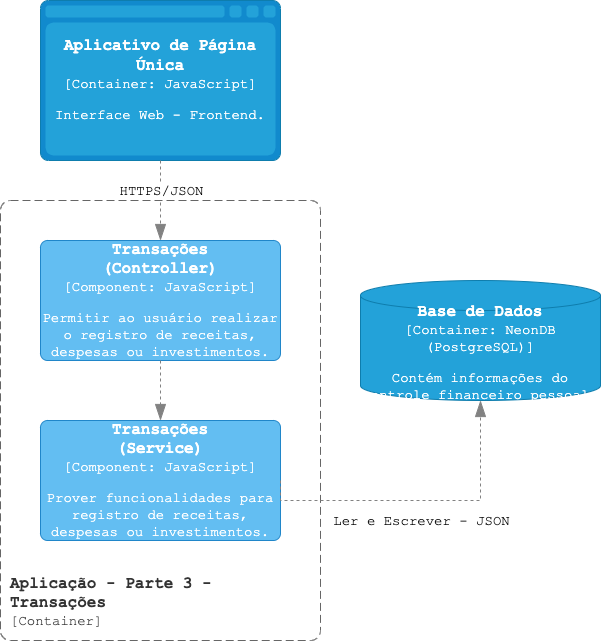
This is docs/C4ComponenteTransacoes.png from GVBP/CatolicaSC-Portfolio, a draw.io export, as it was before one commit. Source tidied: cells renumbered, new cells last; positions are measured from the earlier drawing's top-left corner, leaving out a move shared by most shapes. Source of this version:
```xml
<mxGraphModel>
  <root>
    <mxCell id="0" />
    <mxCell id="1" parent="0" />
    <object id="2" label="&lt;font style=&quot;font-size: 16px; font-family: 'Courier New'&quot;&gt;&lt;b&gt;%c4Name%&lt;/b&gt;&lt;/font&gt;&lt;div&gt;&lt;font style=&quot;font-size: 14px; font-family: 'Courier New'&quot;&gt;[%c4Type%:&amp;nbsp;%c4Technology%]&lt;/font&gt;&lt;/div&gt;&lt;br&gt;&lt;div&gt;&lt;font style=&quot;font-size: 14px; font-family: 'Courier New'&quot;&gt;%c4Description%&lt;/font&gt;&lt;/div&gt;" c4Description="Interface Web - Frontend." c4Name="Aplicativo de Página Única" c4Technology="JavaScript" c4Type="Container" placeholders="1">
      <mxCell style="shape=mxgraph.c4.webBrowserContainer2;whiteSpace=wrap;html=1;boundedLbl=1;rounded=0;labelBackgroundColor=none;strokeColor=#118ACD;fillColor=#23A2D9;strokeColor=#118ACD;strokeColor2=#0E7DAD;fontSize=12;fontColor=#ffffff;align=center;points=[[0.5,0,0],[1,0.25,0],[1,0.5,0],[1,0.75,0],[0.5,1,0],[0,0.75,0],[0,0.5,0],[0,0.25,0]];" parent="1" vertex="1">
        <mxGeometry x="40" width="240" height="160" as="geometry" />
      </mxCell>
    </object>
    <object id="3" label="&lt;font style=&quot;font-size: 16px; font-family: 'Courier New'&quot;&gt;&lt;b&gt;%c4Name%&lt;/b&gt;&lt;/font&gt;&lt;div&gt;&lt;font style=&quot;font-size: 14px; font-family: 'Courier New'&quot;&gt;[%c4Type%: %c4Technology%]&lt;/font&gt;&lt;/div&gt;&lt;br&gt;&lt;div&gt;&lt;font style=&quot;font-size: 14px; font-family: 'Courier New'&quot;&gt;%c4Description%&lt;/font&gt;&lt;/div&gt;" c4Description="Permitir ao usuário realizar o registro de receitas, despesas ou investimentos." c4Name="Transações&#10;(Controller)" c4Technology="JavaScript" c4Type="Component" placeholders="1">
      <mxCell style="rounded=1;whiteSpace=wrap;html=1;labelBackgroundColor=none;fillColor=#63BEF2;fontColor=#ffffff;align=center;arcSize=6;strokeColor=#2086C9;points=[[0.25,0,0],[0.5,0,0],[0.75,0,0],[1,0.25,0],[1,0.5,0],[1,0.75,0],[0.75,1,0],[0.5,1,0],[0.25,1,0],[0,0.75,0],[0,0.5,0],[0,0.25,0]];" parent="1" vertex="1">
        <mxGeometry x="40" y="240" width="240" height="120" as="geometry" />
      </mxCell>
    </object>
    <object id="4" label="&lt;font style=&quot;font-size: 16px; font-family: 'Courier New'&quot;&gt;&lt;b&gt;&lt;div style=&quot;text-align: left&quot;&gt;%c4Name%&lt;/div&gt;&lt;/b&gt;&lt;/font&gt;&lt;div style=&quot;text-align: left; font-size: 14px; font-family: 'Courier New'&quot;&gt;[%c4Application%]&lt;/div&gt;" c4Application="Container" c4Name="Aplicação - Parte 3 - Transações" c4Type="Limite do Escopo do Sistema" placeholders="1">
      <mxCell style="rounded=1;fontSize=11;whiteSpace=wrap;html=1;dashed=1;arcSize=20;fillColor=none;strokeColor=#666666;fontColor=#333333;labelBackgroundColor=none;align=left;verticalAlign=bottom;labelBorderColor=none;spacingTop=0;spacing=10;dashPattern=8 4;perimeter=rectanglePerimeter;noLabel=0;labelPadding=0;absoluteArcSize=1;" parent="1" vertex="1">
        <mxGeometry y="200" width="320" height="440" as="geometry" />
      </mxCell>
    </object>
    <object id="5" label="&lt;font style=&quot;font-size: 16px; font-family: 'Courier New'&quot;&gt;&lt;b&gt;%c4Name%&lt;/b&gt;&lt;/font&gt;&lt;div&gt;&lt;font style=&quot;font-size: 14px; font-family: 'Courier New'&quot;&gt;[%c4Type%: %c4Technology%]&lt;/font&gt;&lt;/div&gt;&lt;br&gt;&lt;div&gt;&lt;font style=&quot;font-size: 14px; font-family: 'Courier New'&quot;&gt;%c4Description%&lt;/font&gt;&lt;/div&gt;" c4Description="Prover funcionalidades para registro de receitas, despesas ou investimentos." c4Name="Transações&#10;(Service)" c4Technology="JavaScript" c4Type="Component" placeholders="1">
      <mxCell style="rounded=1;whiteSpace=wrap;html=1;labelBackgroundColor=none;fillColor=#63BEF2;fontColor=#ffffff;align=center;arcSize=6;strokeColor=#2086C9;points=[[0.25,0,0],[0.5,0,0],[0.75,0,0],[1,0.25,0],[1,0.5,0],[1,0.75,0],[0.75,1,0],[0.5,1,0],[0.25,1,0],[0,0.75,0],[0,0.5,0],[0,0.25,0]];" parent="1" vertex="1">
        <mxGeometry x="40" y="420" width="240" height="120" as="geometry" />
      </mxCell>
    </object>
    <object id="6" label="&lt;font style=&quot;font-size: 16px; font-family: 'Courier New'&quot;&gt;&lt;b&gt;%c4Name%&lt;/b&gt;&lt;/font&gt;&lt;div&gt;&lt;div&gt;&lt;font style=&quot;font-size: 14px; font-family: 'Courier New'&quot;&gt;[%c4Type%:&amp;nbsp;%c4Technology%]&lt;/font&gt;&lt;/div&gt;&lt;br&gt;&lt;div&gt;&lt;font style=&quot;font-size: 14px; font-family: 'Courier New'&quot;&gt;%c4Description%&lt;/font&gt;&lt;/div&gt;" c4Description="Contém informações do controle financeiro pessoal." c4Name="Base de Dados" c4Technology="NeonDB (PostgreSQL)" c4Type="Container" placeholders="1">
      <mxCell style="shape=cylinder3;size=15;whiteSpace=wrap;html=1;boundedLbl=1;rounded=0;labelBackgroundColor=none;fillColor=#23A2D9;fontSize=12;fontColor=#ffffff;align=center;strokeColor=#0E7DAD;points=[[0.5,0,0],[1,0.25,0],[1,0.5,0],[1,0.75,0],[0.5,1,0],[0,0.75,0],[0,0.5,0],[0,0.25,0]];" parent="1" vertex="1">
        <mxGeometry x="360" y="280" width="240" height="120" as="geometry" />
      </mxCell>
    </object>
    <object id="7" label="" c4Type="Relationship" placeholders="1">
      <mxCell style="endArrow=blockThin;html=1;fontSize=10;fontColor=#404040;strokeWidth=1;endFill=1;strokeColor=#828282;elbow=vertical;endSize=14;startSize=14;jumpStyle=arc;jumpSize=16;rounded=0;edgeStyle=orthogonalEdgeStyle;exitX=0.5;exitY=1;exitDx=0;exitDy=0;exitPerimeter=0;entryX=0.5;entryY=0;entryDx=0;entryDy=0;entryPerimeter=0;dashed=1;" parent="1" edge="1" source="2" target="3">
        <mxGeometry relative="1" as="geometry" />
      </mxCell>
    </object>
    <mxCell id="8" value="&lt;font style=&quot;font-size: 14px;&quot; face=&quot;Courier New&quot;&gt;HTTPS/JSON&lt;/font&gt;" style="edgeLabel;html=1;align=center;verticalAlign=middle;" parent="7" vertex="1">
      <mxGeometry x="0.39" y="1" relative="1" as="geometry">
        <mxPoint x="-1" y="-26" as="offset" />
      </mxGeometry>
    </mxCell>
    <object id="9" label="" c4Type="Relationship" placeholders="1">
      <mxCell style="endArrow=blockThin;html=1;fontSize=10;fontColor=#404040;strokeWidth=1;endFill=1;strokeColor=#828282;elbow=vertical;endSize=14;startSize=14;jumpStyle=arc;jumpSize=16;rounded=0;edgeStyle=orthogonalEdgeStyle;exitX=0.5;exitY=1;exitDx=0;exitDy=0;exitPerimeter=0;entryX=0.5;entryY=0;entryDx=0;entryDy=0;entryPerimeter=0;dashed=1;" parent="1" edge="1" source="3" target="5">
        <mxGeometry relative="1" as="geometry" />
      </mxCell>
    </object>
    <object id="10" label="" c4Type="Relationship" placeholders="1">
      <mxCell style="endArrow=blockThin;html=1;fontSize=10;fontColor=#404040;strokeWidth=1;endFill=1;strokeColor=#828282;elbow=vertical;endSize=14;startSize=14;jumpStyle=arc;jumpSize=16;rounded=0;edgeStyle=orthogonalEdgeStyle;dashed=1;exitX=1;exitY=0.5;exitDx=0;exitDy=0;exitPerimeter=0;entryX=0.5;entryY=1;entryDx=0;entryDy=0;entryPerimeter=0;" parent="1" edge="1" source="5" target="6">
        <mxGeometry relative="1" as="geometry">
          <Array as="points">
            <mxPoint x="280" y="500" />
            <mxPoint x="480" y="500" />
          </Array>
        </mxGeometry>
      </mxCell>
    </object>
    <mxCell id="11" value="&lt;font style=&quot;font-size: 14px;&quot; face=&quot;Courier New&quot;&gt;Ler e Escrever - JSON&lt;/font&gt;" style="edgeLabel;html=1;align=center;verticalAlign=middle;" parent="10" vertex="1">
      <mxGeometry x="-0.73" y="3" relative="1" as="geometry">
        <mxPoint x="117" y="23" as="offset" />
      </mxGeometry>
    </mxCell>
  </root>
</mxGraphModel>
```
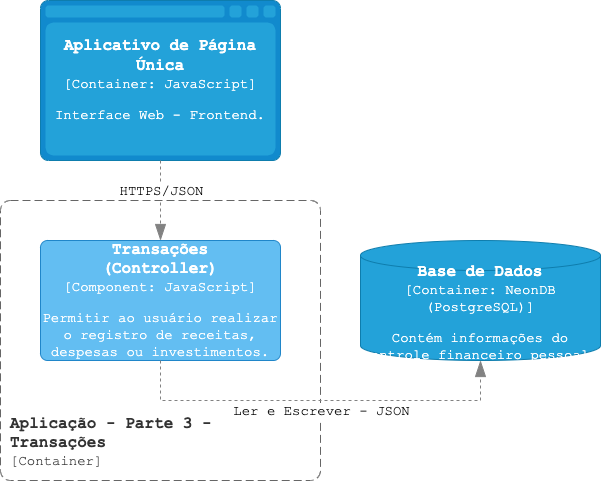
After the change.

Change to the diagram source:
```diff
@@ -14,17 +14,12 @@
     </object>
     <object id="4" label="&lt;font style=&quot;font-size: 16px; font-family: 'Courier New'&quot;&gt;&lt;b&gt;&lt;div style=&quot;text-align: left&quot;&gt;%c4Name%&lt;/div&gt;&lt;/b&gt;&lt;/font&gt;&lt;div style=&quot;text-align: left; font-size: 14px; font-family: 'Courier New'&quot;&gt;[%c4Application%]&lt;/div&gt;" c4Application="Container" c4Name="Aplicação - Parte 3 - Transações" c4Type="Limite do Escopo do Sistema" placeholders="1">
       <mxCell style="rounded=1;fontSize=11;whiteSpace=wrap;html=1;dashed=1;arcSize=20;fillColor=none;strokeColor=#666666;fontColor=#333333;labelBackgroundColor=none;align=left;verticalAlign=bottom;labelBorderColor=none;spacingTop=0;spacing=10;dashPattern=8 4;perimeter=rectanglePerimeter;noLabel=0;labelPadding=0;absoluteArcSize=1;" parent="1" vertex="1">
-        <mxGeometry y="200" width="320" height="440" as="geometry" />
+        <mxGeometry y="200" width="320" height="280" as="geometry" />
       </mxCell>
     </object>
-    <object id="5" label="&lt;font style=&quot;font-size: 16px; font-family: 'Courier New'&quot;&gt;&lt;b&gt;%c4Name%&lt;/b&gt;&lt;/font&gt;&lt;div&gt;&lt;font style=&quot;font-size: 14px; font-family: 'Courier New'&quot;&gt;[%c4Type%: %c4Technology%]&lt;/font&gt;&lt;/div&gt;&lt;br&gt;&lt;div&gt;&lt;font style=&quot;font-size: 14px; font-family: 'Courier New'&quot;&gt;%c4Description%&lt;/font&gt;&lt;/div&gt;" c4Description="Prover funcionalidades para registro de receitas, despesas ou investimentos." c4Name="Transações&#10;(Service)" c4Technology="JavaScript" c4Type="Component" placeholders="1">
-      <mxCell style="rounded=1;whiteSpace=wrap;html=1;labelBackgroundColor=none;fillColor=#63BEF2;fontColor=#ffffff;align=center;arcSize=6;strokeColor=#2086C9;points=[[0.25,0,0],[0.5,0,0],[0.75,0,0],[1,0.25,0],[1,0.5,0],[1,0.75,0],[0.75,1,0],[0.5,1,0],[0.25,1,0],[0,0.75,0],[0,0.5,0],[0,0.25,0]];" parent="1" vertex="1">
-        <mxGeometry x="40" y="420" width="240" height="120" as="geometry" />
-      </mxCell>
-    </object>
     <object id="6" label="&lt;font style=&quot;font-size: 16px; font-family: 'Courier New'&quot;&gt;&lt;b&gt;%c4Name%&lt;/b&gt;&lt;/font&gt;&lt;div&gt;&lt;div&gt;&lt;font style=&quot;font-size: 14px; font-family: 'Courier New'&quot;&gt;[%c4Type%:&amp;nbsp;%c4Technology%]&lt;/font&gt;&lt;/div&gt;&lt;br&gt;&lt;div&gt;&lt;font style=&quot;font-size: 14px; font-family: 'Courier New'&quot;&gt;%c4Description%&lt;/font&gt;&lt;/div&gt;" c4Description="Contém informações do controle financeiro pessoal." c4Name="Base de Dados" c4Technology="NeonDB (PostgreSQL)" c4Type="Container" placeholders="1">
       <mxCell style="shape=cylinder3;size=15;whiteSpace=wrap;html=1;boundedLbl=1;rounded=0;labelBackgroundColor=none;fillColor=#23A2D9;fontSize=12;fontColor=#ffffff;align=center;strokeColor=#0E7DAD;points=[[0.5,0,0],[1,0.25,0],[1,0.5,0],[1,0.75,0],[0.5,1,0],[0,0.75,0],[0,0.5,0],[0,0.25,0]];" parent="1" vertex="1">
-        <mxGeometry x="360" y="280" width="240" height="120" as="geometry" />
+        <mxGeometry x="360" y="240" width="240" height="120" as="geometry" />
       </mxCell>
     </object>
     <object id="7" label="" c4Type="Relationship" placeholders="1">
@@ -37,24 +32,19 @@
         <mxPoint x="-1" y="-26" as="offset" />
       </mxGeometry>
     </mxCell>
-    <object id="9" label="" c4Type="Relationship" placeholders="1">
-      <mxCell style="endArrow=blockThin;html=1;fontSize=10;fontColor=#404040;strokeWidth=1;endFill=1;strokeColor=#828282;elbow=vertical;endSize=14;startSize=14;jumpStyle=arc;jumpSize=16;rounded=0;edgeStyle=orthogonalEdgeStyle;exitX=0.5;exitY=1;exitDx=0;exitDy=0;exitPerimeter=0;entryX=0.5;entryY=0;entryDx=0;entryDy=0;entryPerimeter=0;dashed=1;" parent="1" edge="1" source="3" target="5">
-        <mxGeometry relative="1" as="geometry" />
-      </mxCell>
-    </object>
     <object id="10" label="" c4Type="Relationship" placeholders="1">
-      <mxCell style="endArrow=blockThin;html=1;fontSize=10;fontColor=#404040;strokeWidth=1;endFill=1;strokeColor=#828282;elbow=vertical;endSize=14;startSize=14;jumpStyle=arc;jumpSize=16;rounded=0;edgeStyle=orthogonalEdgeStyle;dashed=1;exitX=1;exitY=0.5;exitDx=0;exitDy=0;exitPerimeter=0;entryX=0.5;entryY=1;entryDx=0;entryDy=0;entryPerimeter=0;" parent="1" edge="1" source="5" target="6">
+      <mxCell style="endArrow=blockThin;html=1;fontSize=10;fontColor=#404040;strokeWidth=1;endFill=1;strokeColor=#828282;elbow=vertical;endSize=14;startSize=14;jumpStyle=arc;jumpSize=16;rounded=0;edgeStyle=orthogonalEdgeStyle;dashed=1;exitX=0.5;exitY=1;exitDx=0;exitDy=0;exitPerimeter=0;entryX=0.5;entryY=1;entryDx=0;entryDy=0;entryPerimeter=0;" parent="1" edge="1" source="3" target="6">
         <mxGeometry relative="1" as="geometry">
           <Array as="points">
-            <mxPoint x="280" y="500" />
-            <mxPoint x="480" y="500" />
+            <mxPoint x="160" y="400" />
+            <mxPoint x="480" y="400" />
           </Array>
         </mxGeometry>
       </mxCell>
     </object>
     <mxCell id="11" value="&lt;font style=&quot;font-size: 14px;&quot; face=&quot;Courier New&quot;&gt;Ler e Escrever - JSON&lt;/font&gt;" style="edgeLabel;html=1;align=center;verticalAlign=middle;" parent="10" vertex="1">
       <mxGeometry x="-0.73" y="3" relative="1" as="geometry">
-        <mxPoint x="117" y="23" as="offset" />
+        <mxPoint x="146" y="13" as="offset" />
       </mxGeometry>
     </mxCell>
   </root>
```
